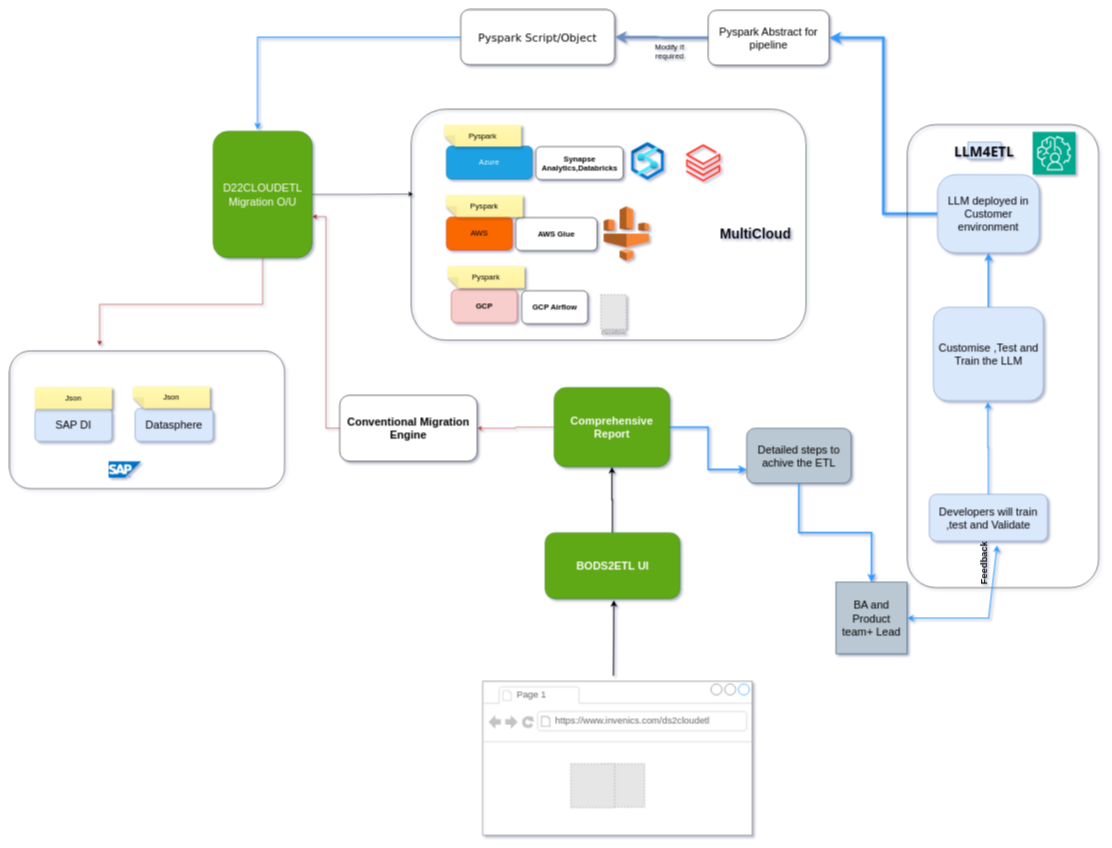
deepakr6242/apollo keeps this draw.io diagram as Untitled Diagram.drawio. Above is the earlier version. Source tidied: cells renumbered, new cells numbered last; positions are measured from the earlier drawing's top-left corner, leaving out a move shared by most shapes. Both pictures are drawn from the tidied source at 55%, with x=0, y=0 at pixel (9, 9). Pictures stored in the file or linked from it are replaced by grey dashed boxes.
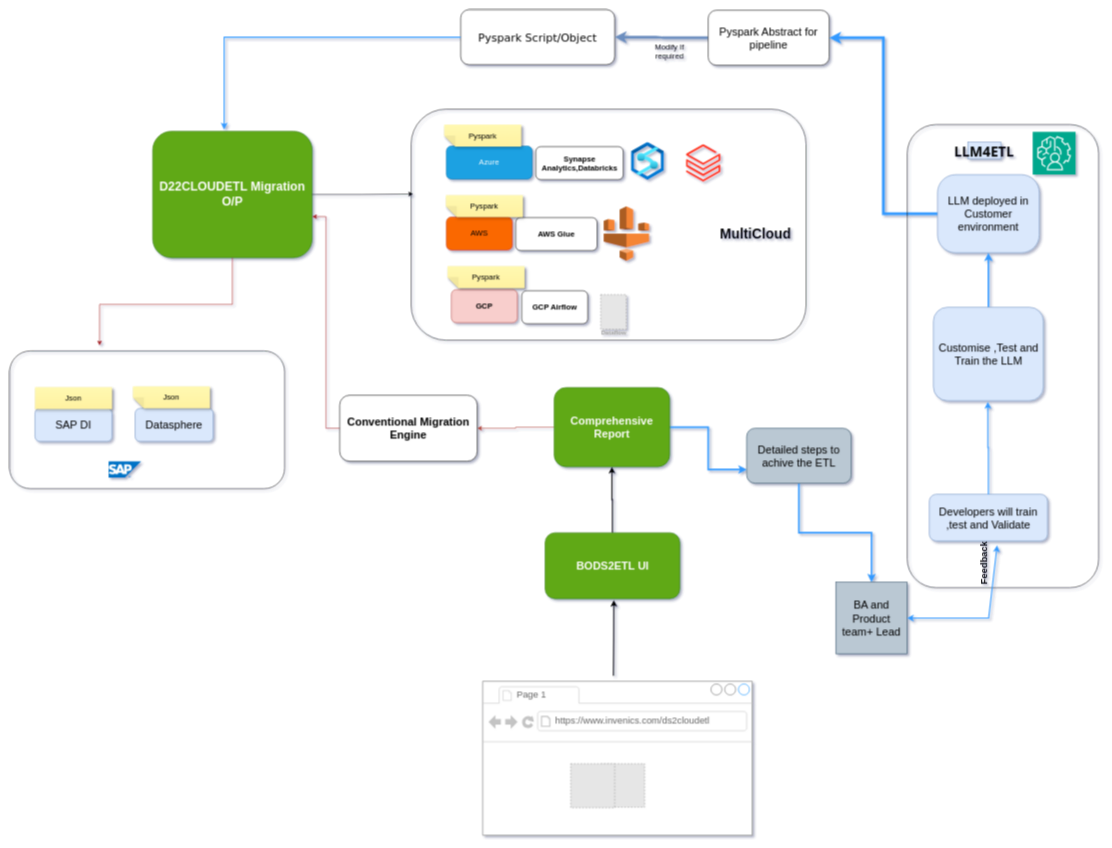
The same page after the edit.

Change to the diagram source:
```diff
@@
-    <mxCell id="26" value="&lt;font style=&quot;font-size: 20px;&quot;&gt;D22CLOUDETL Migration O/U&lt;/font&gt;" style="rounded=1;whiteSpace=wrap;html=1;fillColor=#60a917;strokeColor=#2D7600;fontColor=#ffffff;fontSize=14;" parent="1" vertex="1">
-      <mxGeometry x="370" y="221" width="180" height="230" as="geometry" />
+    <mxCell id="26" value="&lt;font style=&quot;font-size: 22px;&quot;&gt;&lt;b&gt;D22CLOUDETL Migration O/P&lt;/b&gt;&lt;/font&gt;" style="rounded=1;whiteSpace=wrap;html=1;fillColor=#60a917;strokeColor=#2D7600;fontColor=#ffffff;fontSize=14;" parent="1" vertex="1">
+      <mxGeometry x="260" y="221" width="290" height="230" as="geometry" />
     </mxCell>
```
